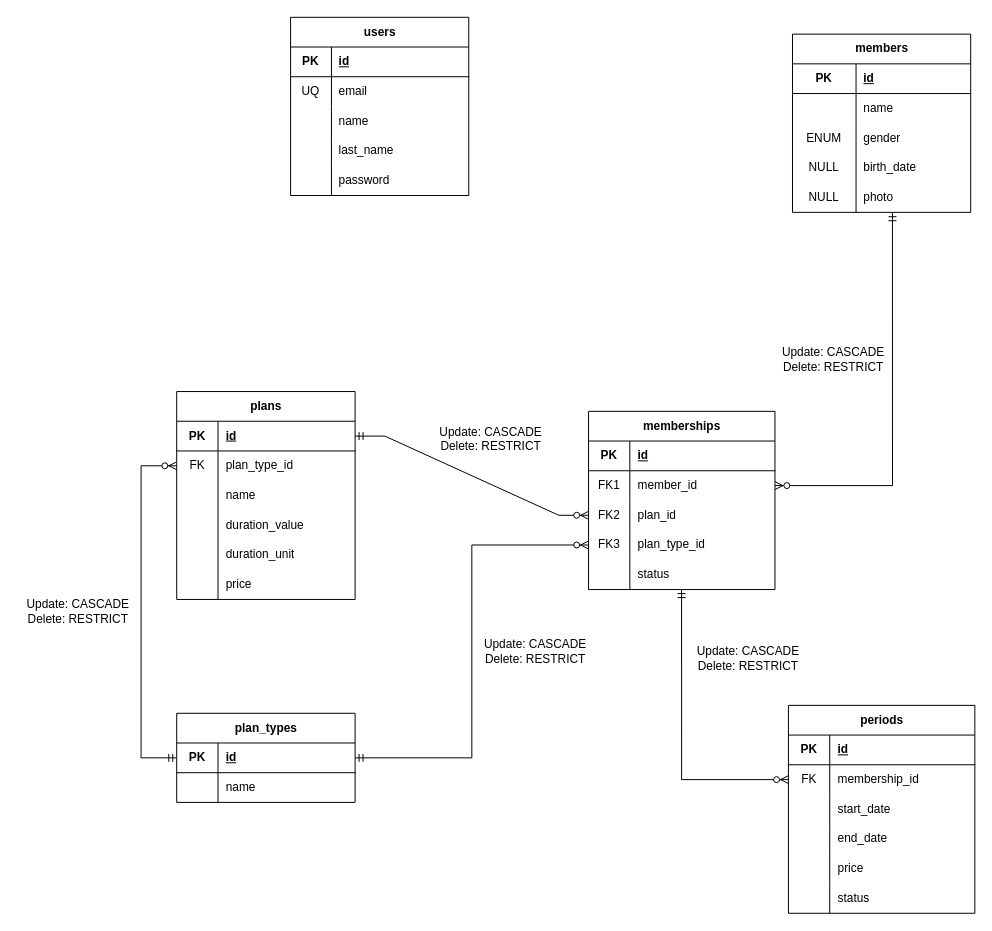
hdz-kevin/TecnoGym keeps this draw.io diagram as docs/logical-design.drawio. Above is the earlier version. Source tidied: cells renumbered, new cells numbered last; positions are measured from the earlier drawing's top-left corner, leaving out a move shared by most shapes. Both pictures are drawn from the tidied source at 99%, with x=0, y=0 at pixel (17, 17).
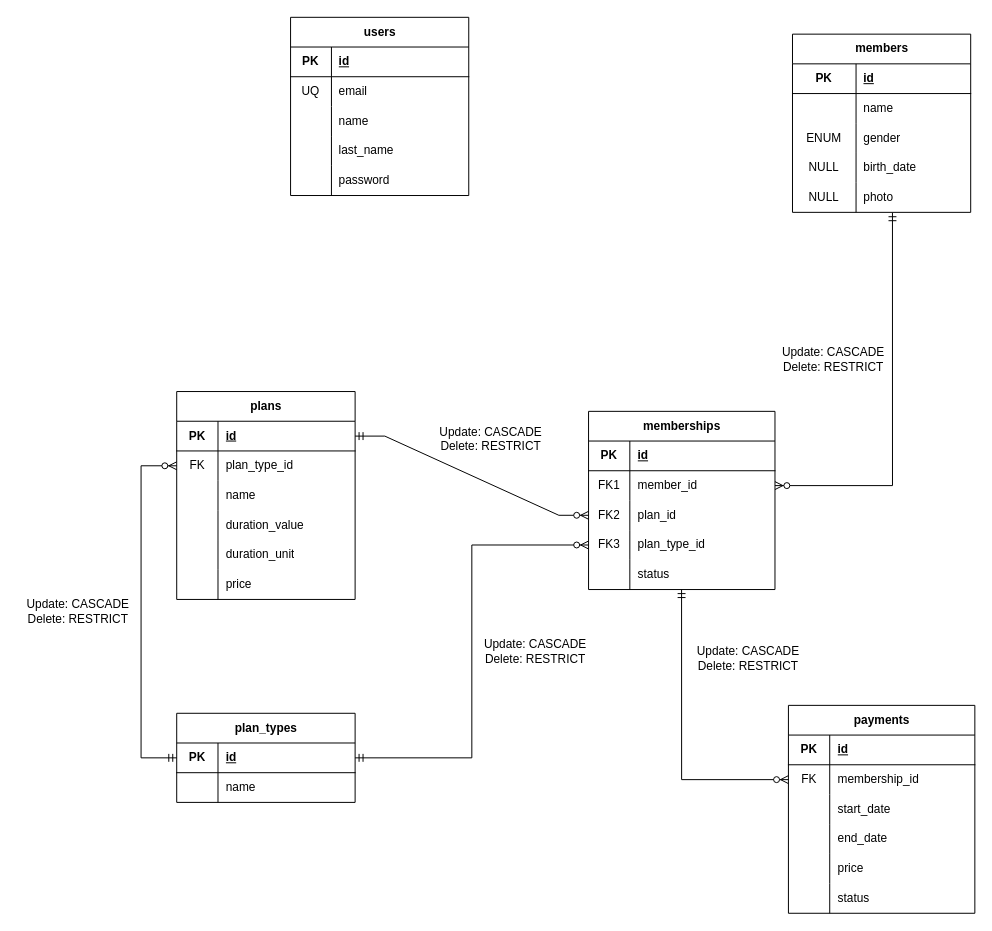
The same page after the edit.

Commit message (it also covers changes not shown here):
add migration for payments table

Diff of the diagram source:
```diff
@@
-    <mxCell id="84" value="periods" style="shape=table;startSize=30;childLayout=tableLayout;rowLines=0;fontStyle=1;align=center;html=1;" parent="1" vertex="1">
+    <mxCell id="84" value="payments" style="shape=table;startSize=30;childLayout=tableLayout;rowLines=0;fontStyle=1;align=center;html=1;" parent="1" vertex="1">
       <mxGeometry x="778.9" y="695" width="188.3" height="210" as="geometry" />
     </mxCell>
```
